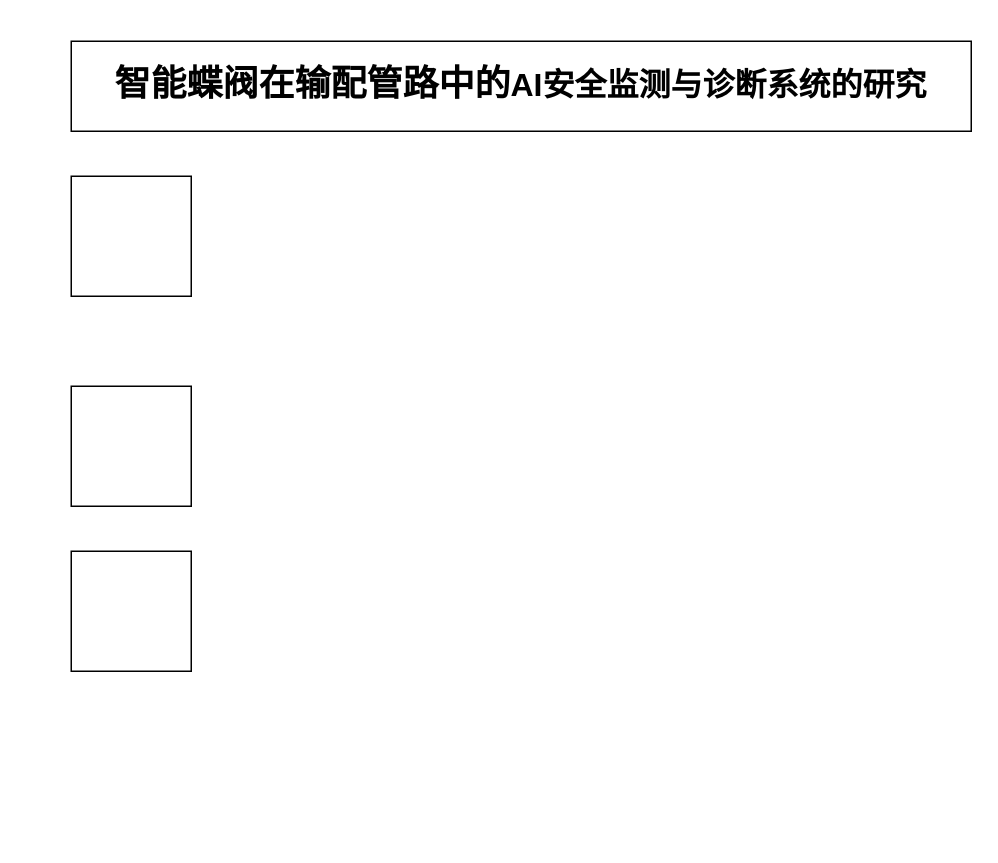
The draw.io diagram 智能蝶阀研究目标和成果.drawio in xudong8/draw-io, before the edit. Source tidied: cells renumbered, new cells numbered last; positions are measured from the earlier drawing's top-left corner, leaving out a move shared by most shapes. Both pictures are drawn from the tidied source at 150%, with x=0, y=0 at pixel (70, 40).
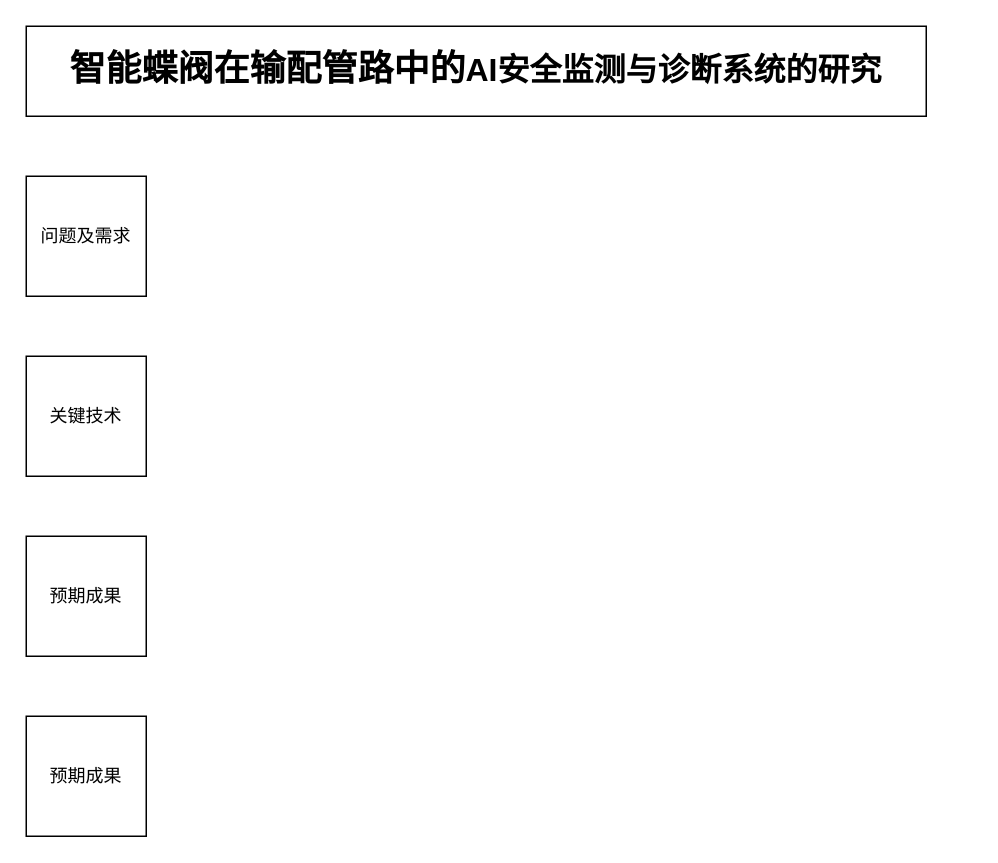
The same page after the edit.

Commit message (it also covers changes not shown here):
Update 智能蝶阀研究目标和成果.drawio

Diff of the diagram source:
```diff
@@
 <mxGraphModel>
   <root>
     <mxCell id="0" />
     <mxCell id="1" parent="0" />
     <mxCell id="2" value="&lt;p class=&quot;MsoNormal&quot; align=&quot;center&quot; style=&quot;line-height: 150%;&quot;&gt;&lt;span style=&quot;mso-spacerun:'yes';font-family:仿宋_GB2312;line-height:150%;&amp;lt;br/&amp;gt;font-size:16.0000pt;mso-font-kerning:1.0000pt;&quot;&gt;&lt;font style=&quot;font-size: 24px;&quot;&gt;智能蝶阀在输配管路中的&lt;/font&gt;&lt;/span&gt;&lt;span style=&quot;background-color: transparent; color: light-dark(rgb(0, 0, 0), rgb(255, 255, 255)); font-family: 仿宋_GB2312; font-size: 16pt;&quot;&gt;AI&lt;/span&gt;&lt;span style=&quot;background-color: transparent; color: light-dark(rgb(0, 0, 0), rgb(255, 255, 255)); font-family: 仿宋_GB2312; font-size: 16pt;&quot;&gt;安全&lt;/span&gt;&lt;span style=&quot;background-color: transparent; color: light-dark(rgb(0, 0, 0), rgb(255, 255, 255)); font-family: 仿宋_GB2312; font-size: 16pt;&quot;&gt;监测与诊断系统的研究&lt;/span&gt;&lt;/p&gt;" style="rounded=0;whiteSpace=wrap;html=1;fontStyle=1;" parent="1" vertex="1">
-      <mxGeometry width="600" height="60" as="geometry" />
+      <mxGeometry x="-30" y="-10" width="600" height="60" as="geometry" />
     </mxCell>
-    <mxCell id="3" style="whiteSpace=wrap;html=1;" parent="1" vertex="1">
-      <mxGeometry y="90" width="80" height="80" as="geometry" />
+    <mxCell id="3" value="问题及需求" style="whiteSpace=wrap;html=1;" parent="1" vertex="1">
+      <mxGeometry x="-30" y="90" width="80" height="80" as="geometry" />
     </mxCell>
-    <mxCell id="4" style="whiteSpace=wrap;html=1;" parent="1" vertex="1">
-      <mxGeometry y="230" width="80" height="80" as="geometry" />
+    <mxCell id="4" value="关键技术" style="whiteSpace=wrap;html=1;" parent="1" vertex="1">
+      <mxGeometry x="-30" y="210" width="80" height="80" as="geometry" />
     </mxCell>
-    <mxCell id="5" style="whiteSpace=wrap;html=1;" parent="1" vertex="1">
-      <mxGeometry y="340" width="80" height="80" as="geometry" />
+    <mxCell id="5" value="预期成果" style="whiteSpace=wrap;html=1;" parent="1" vertex="1">
+      <mxGeometry x="-30" y="330" width="80" height="80" as="geometry" />
     </mxCell>
+    <mxCell id="6" value="预期成果" style="whiteSpace=wrap;html=1;" parent="1" vertex="1">
+      <mxGeometry x="-30" y="450" width="80" height="80" as="geometry" />
+    </mxCell>
   </root>
 </mxGraphModel>
```
